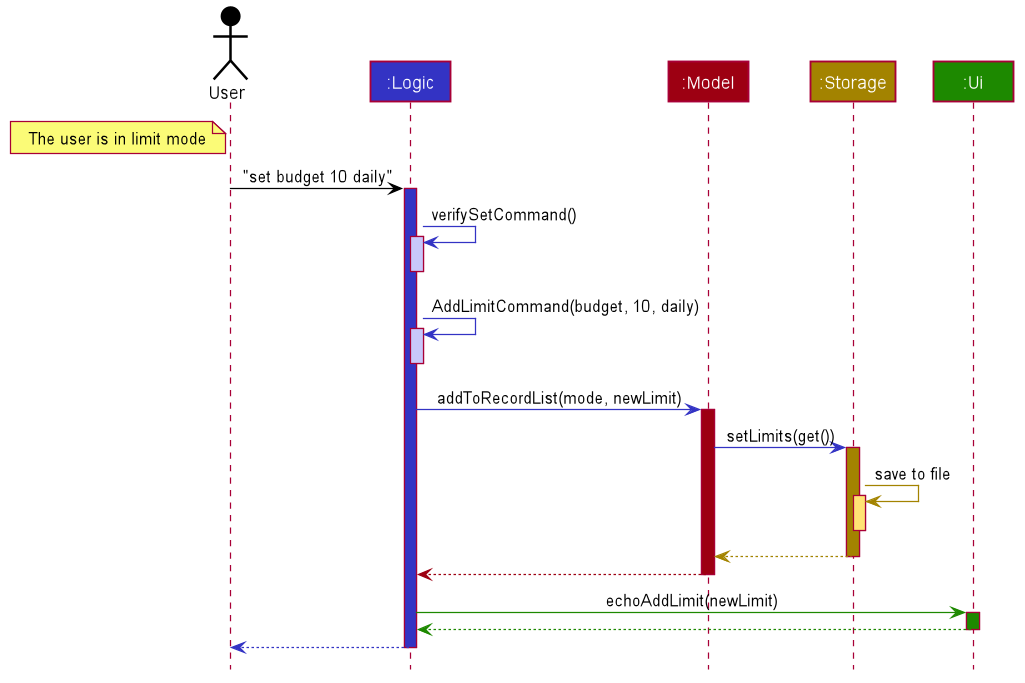
Earlier version of the PlantUML export docs/diagrams/AddLimitCommandSequenceDiagram.png (Weng-Kexin/main).
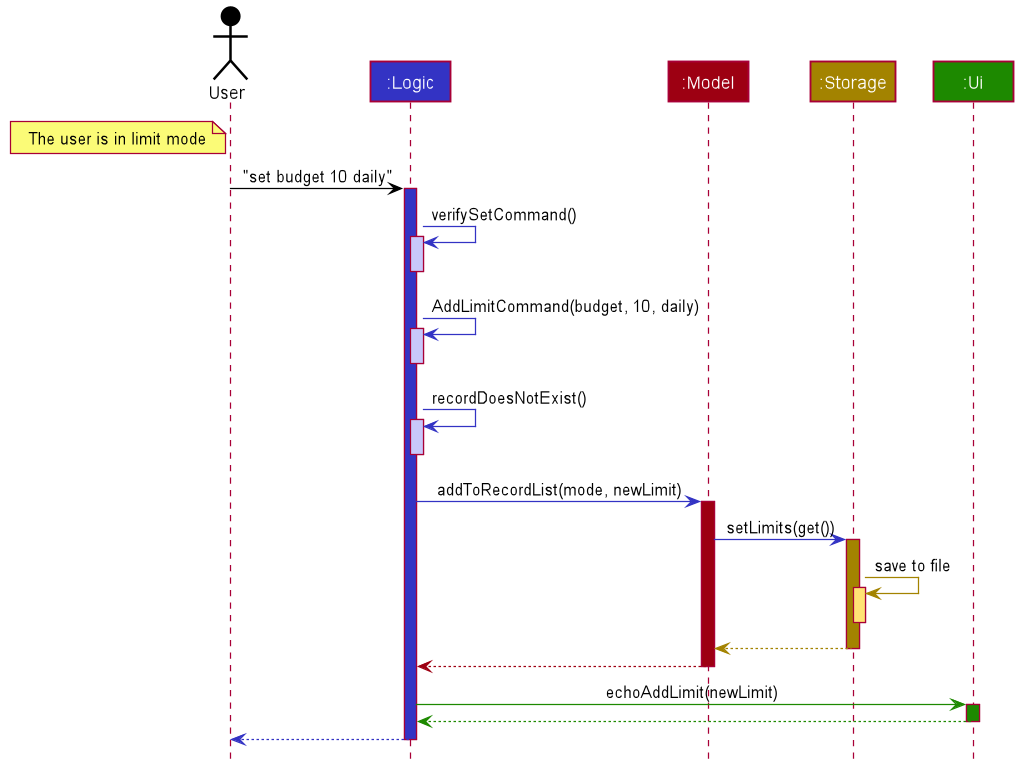
The same file after the commit.

Commit message:
class diagram

The edit, as a diff of the source:
```diff
@@ -68,6 +68,10 @@
 activate logic #C8C8FA
 deactivate logic
 
+logic -[#3333C4]> logic : recordDoesNotExist()
+activate logic #C8C8FA
+deactivate logic
+
 logic -[#3333C4]> model : addToRecordList(mode, newLimit)
 activate model #9D0012
 
```
